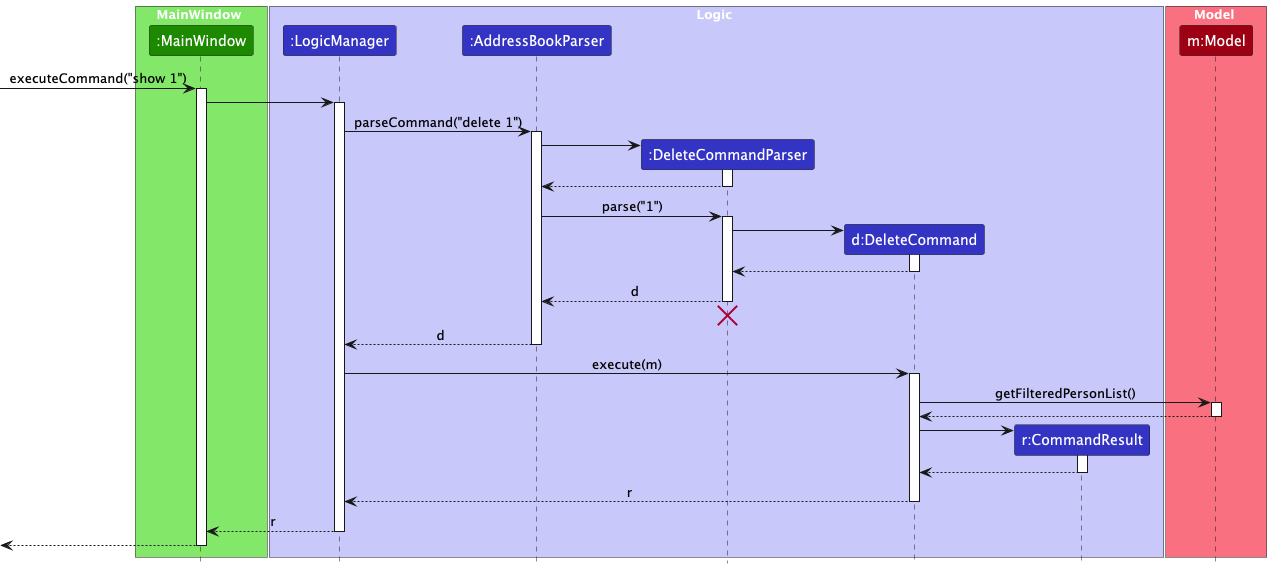
The PlantUML diagram docs/images/ShowSequenceDiagram.png in nus-cs2103-AY2425S1/tp, before a commit. Source of this version:
```plantuml
@startuml
!include style.puml
skinparam ArrowFontStyle plain

box MainWindow UI_COLOR_T1
participant ":MainWindow" as MainWindow UI_COLOR
end box

box Logic LOGIC_COLOR_T1
participant ":LogicManager" as LogicManager LOGIC_COLOR
participant ":AddressBookParser" as AddressBookParser LOGIC_COLOR
participant ":DeleteCommandParser" as DeleteCommandParser LOGIC_COLOR
participant "d:DeleteCommand" as DeleteCommand LOGIC_COLOR
participant "r:CommandResult" as CommandResult LOGIC_COLOR
end box

box Model MODEL_COLOR_T1
participant "m:Model" as Model MODEL_COLOR
end box

[-> MainWindow : executeCommand("show 1")
activate MainWindow

MainWindow -> LogicManager
activate LogicManager

LogicManager -> AddressBookParser : parseCommand("delete 1")
activate AddressBookParser

create DeleteCommandParser
AddressBookParser -> DeleteCommandParser
activate DeleteCommandParser

DeleteCommandParser --> AddressBookParser
deactivate DeleteCommandParser

AddressBookParser -> DeleteCommandParser : parse("1")
activate DeleteCommandParser

create DeleteCommand
DeleteCommandParser -> DeleteCommand
activate DeleteCommand

DeleteCommand --> DeleteCommandParser :
deactivate DeleteCommand

DeleteCommandParser --> AddressBookParser : d
deactivate DeleteCommandParser
DeleteCommandParser -[hidden]-> AddressBookParser
destroy DeleteCommandParser

AddressBookParser --> LogicManager : d
deactivate AddressBookParser

LogicManager -> DeleteCommand : execute(m)
activate DeleteCommand

DeleteCommand -> Model : getFilteredPersonList()
activate Model

Model --> DeleteCommand
deactivate Model

create CommandResult
DeleteCommand -> CommandResult
activate CommandResult

CommandResult --> DeleteCommand
deactivate CommandResult

DeleteCommand --> LogicManager : r
deactivate DeleteCommand

LogicManager --> MainWindow : r
deactivate LogicManager

[<--MainWindow
deactivate MainWindow
@enduml
```
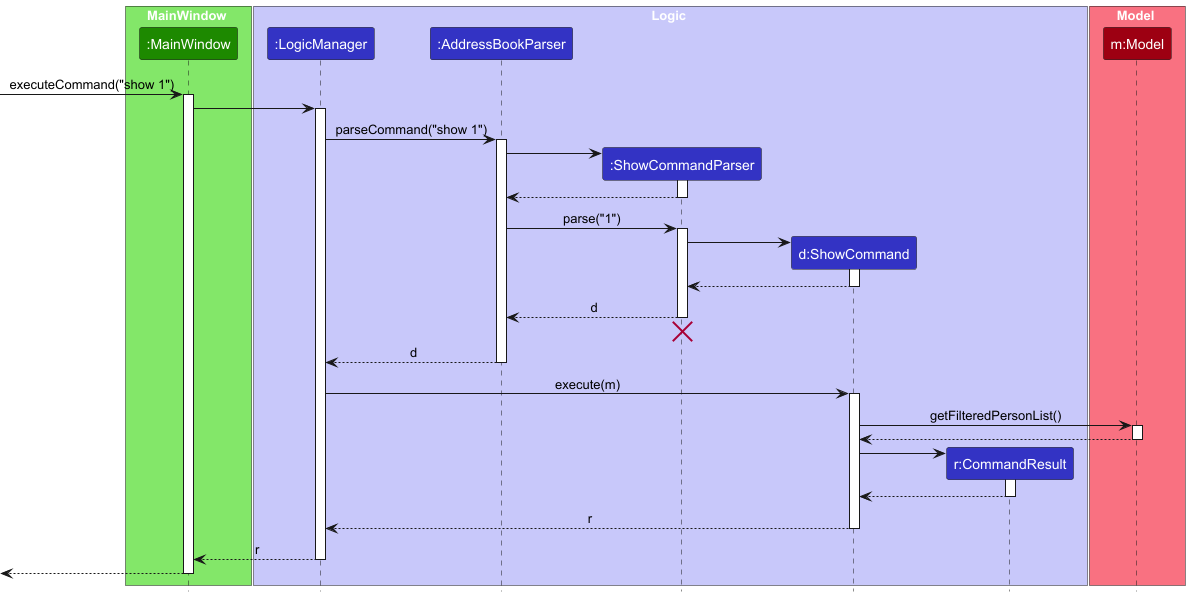
After the commit.

Commit message:
change sequence diagram png

The edit, as a diff of the source:
```diff
@@ -9,8 +9,8 @@
 box Logic LOGIC_COLOR_T1
 participant ":LogicManager" as LogicManager LOGIC_COLOR
 participant ":AddressBookParser" as AddressBookParser LOGIC_COLOR
-participant ":DeleteCommandParser" as DeleteCommandParser LOGIC_COLOR
-participant "d:DeleteCommand" as DeleteCommand LOGIC_COLOR
+participant ":ShowCommandParser" as ShowCommandParser LOGIC_COLOR
+participant "d:ShowCommand" as ShowCommand LOGIC_COLOR
 participant "r:CommandResult" as CommandResult LOGIC_COLOR
 end box
 
@@ -24,52 +24,52 @@
 MainWindow -> LogicManager
 activate LogicManager
 
-LogicManager -> AddressBookParser : parseCommand("delete 1")
+LogicManager -> AddressBookParser : parseCommand("show 1")
 activate AddressBookParser
 
-create DeleteCommandParser
-AddressBookParser -> DeleteCommandParser
-activate DeleteCommandParser
+create ShowCommandParser
+AddressBookParser -> ShowCommandParser
+activate ShowCommandParser
 
-DeleteCommandParser --> AddressBookParser
-deactivate DeleteCommandParser
+ShowCommandParser --> AddressBookParser
+deactivate ShowCommandParser
 
-AddressBookParser -> DeleteCommandParser : parse("1")
-activate DeleteCommandParser
+AddressBookParser -> ShowCommandParser : parse("1")
+activate ShowCommandParser
 
-create DeleteCommand
-DeleteCommandParser -> DeleteCommand
-activate DeleteCommand
+create ShowCommand
+ShowCommandParser -> ShowCommand
+activate ShowCommand
 
-DeleteCommand --> DeleteCommandParser :
-deactivate DeleteCommand
+ShowCommand --> ShowCommandParser :
+deactivate ShowCommand
 
-DeleteCommandParser --> AddressBookParser : d
-deactivate DeleteCommandParser
-DeleteCommandParser -[hidden]-> AddressBookParser
-destroy DeleteCommandParser
+ShowCommandParser --> AddressBookParser : d
+deactivate ShowCommandParser
+ShowCommandParser -[hidden]-> AddressBookParser
+destroy ShowCommandParser
 
 AddressBookParser --> LogicManager : d
 deactivate AddressBookParser
 
-LogicManager -> DeleteCommand : execute(m)
-activate DeleteCommand
+LogicManager -> ShowCommand : execute(m)
+activate ShowCommand
 
-DeleteCommand -> Model : getFilteredPersonList()
+ShowCommand -> Model : getFilteredPersonList()
 activate Model
 
-Model --> DeleteCommand
+Model --> ShowCommand
 deactivate Model
 
 create CommandResult
-DeleteCommand -> CommandResult
+ShowCommand -> CommandResult
 activate CommandResult
 
-CommandResult --> DeleteCommand
+CommandResult --> ShowCommand
 deactivate CommandResult
 
-DeleteCommand --> LogicManager : r
-deactivate DeleteCommand
+ShowCommand --> LogicManager : r
+deactivate ShowCommand
 
 LogicManager --> MainWindow : r
 deactivate LogicManager
```
